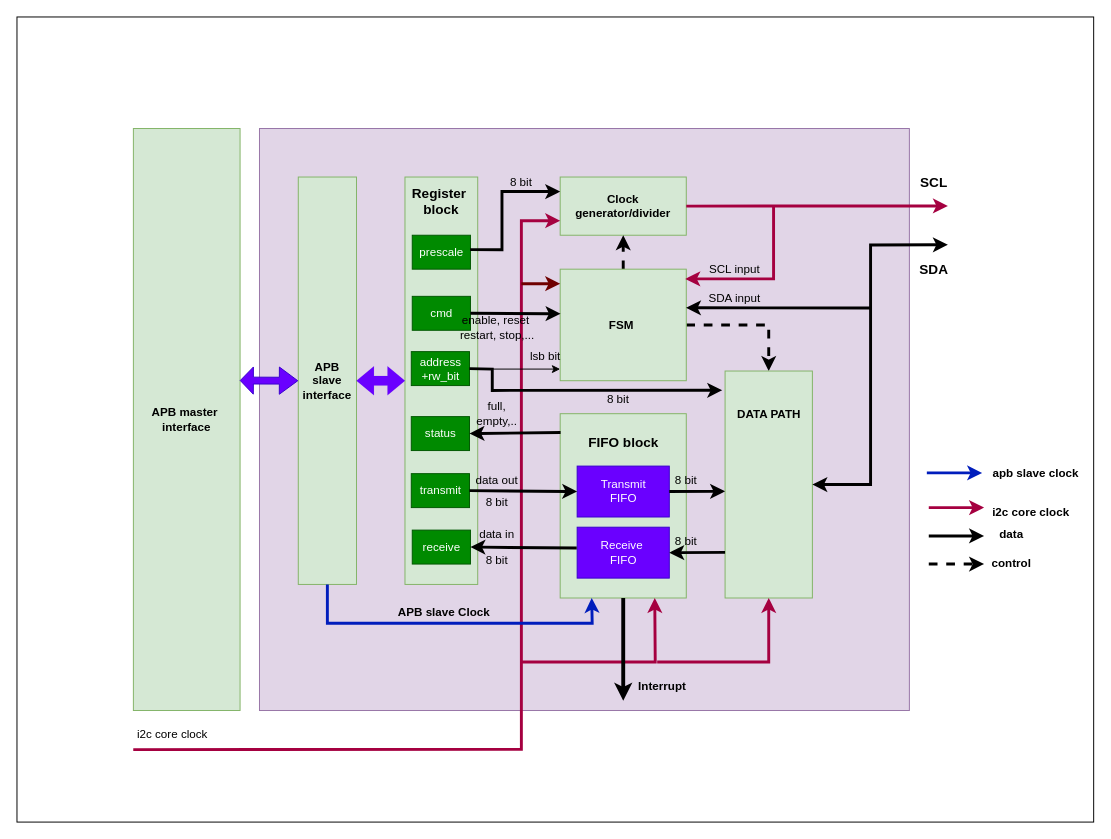
Earlier version of the draw.io diagram i2c spec/master block diagram.drawio (quyenpro123/i2c_master_slave). Source tidied: cells renumbered, new cells numbered last; positions are measured from the earlier drawing's top-left corner, leaving out a move shared by most shapes. Both pictures are drawn from the tidied source at 97%, with x=0, y=0 at pixel (16, 16).
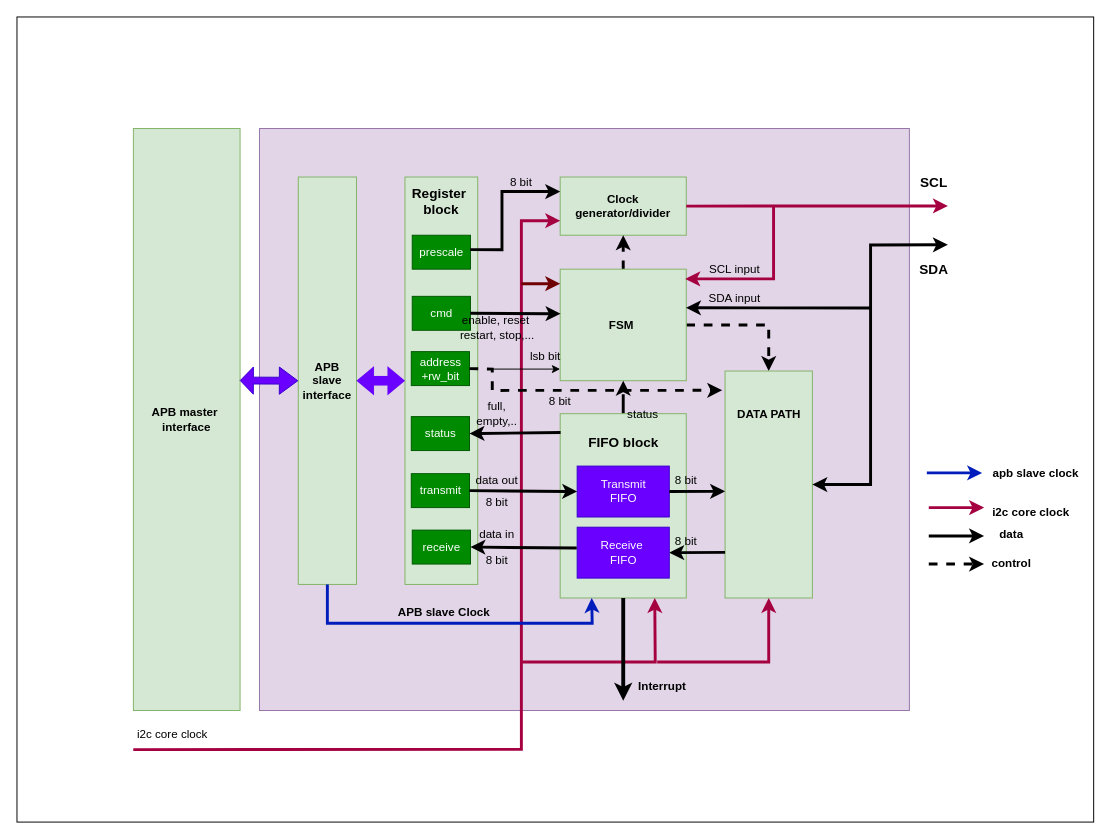
The same page after the edit.

The change refers to these unchanged cells:
```xml
<mxCell id="11" value="address&lt;br&gt;+rw_bit" style="rounded=0;whiteSpace=wrap;html=1;fillColor=#008a00;strokeColor=#005700;fontColor=#ffffff;" parent="1" vertex="1">
  <mxGeometry x="406.5" y="345" width="60" height="35" as="geometry" />
</mxCell>
<mxCell id="19" value="&lt;b&gt;FSM&amp;nbsp;&lt;/b&gt;" style="rounded=0;whiteSpace=wrap;html=1;fillColor=#d5e8d4;strokeColor=#82b366;" parent="1" vertex="1">
  <mxGeometry x="560" y="260" width="130" height="115" as="geometry" />
</mxCell>
<mxCell id="20" style="rounded=0;whiteSpace=wrap;html=1;fillColor=#d5e8d4;strokeColor=#82b366;" parent="1" vertex="1">
  <mxGeometry x="560" y="409" width="130" height="190" as="geometry" />
</mxCell>
<mxCell id="33" style="rounded=0;whiteSpace=wrap;html=1;fillColor=#d5e8d4;strokeColor=#82b366;" parent="1" vertex="1">
  <mxGeometry x="730" y="365" width="90" height="234" as="geometry" />
</mxCell>
```

The edit, as a diff of the source:
```diff
@@
+    <mxCell id="71" style="edgeStyle=orthogonalEdgeStyle;rounded=0;jettySize=auto;html=1;entryX=0.5;entryY=1;entryDx=0;entryDy=0;dashed=1;dashPattern=8 8;strokeWidth=3;" parent="1" edge="1" source="20" target="19">
+      <mxGeometry relative="1" as="geometry" />
+    </mxCell>
@@
-    <mxCell id="27" style="endArrow=classic;html=1;rounded=0;exitX=1;exitY=0.5;exitDx=0;exitDy=0;entryX=-0.033;entryY=0.085;entryDx=0;entryDy=0;strokeWidth=3;entryPerimeter=0;" parent="1" edge="1" source="11" target="33">
+    <mxCell id="27" style="endArrow=classic;html=1;rounded=0;exitX=1;exitY=0.5;exitDx=0;exitDy=0;entryX=-0.033;entryY=0.085;entryDx=0;entryDy=0;strokeWidth=3;entryPerimeter=0;dashed=1;" parent="1" edge="1" source="11" target="33">
       <mxGeometry relative="1" as="geometry">
         <Array as="points">
           <mxPoint x="490" y="363" />
           <mxPoint x="490" y="385" />
         </Array>
       </mxGeometry>
     </mxCell>
@@
     <mxCell id="61" value="8 bit" style="text;strokeColor=none;align=center;fillColor=none;html=1;verticalAlign=middle;whiteSpace=wrap;rounded=0;" parent="1" vertex="1">
-      <mxGeometry x="590" y="379" width="60" height="30" as="geometry" />
+      <mxGeometry x="530" y="382" width="60" height="30" as="geometry" />
     </mxCell>
@@
+    <mxCell id="72" value="status" style="text;html=1;align=center;verticalAlign=middle;strokeColor=none;fillColor=none;" parent="1" vertex="1">
+      <mxGeometry x="615" y="395" width="60" height="30" as="geometry" />
+    </mxCell>
```
